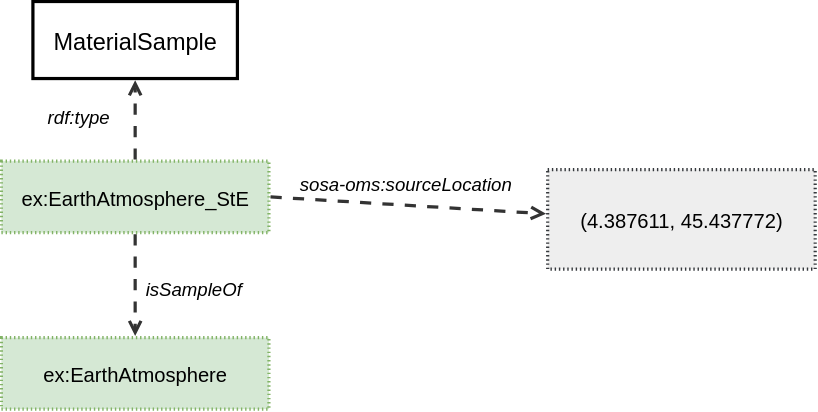
w3c/sdw-sosa-ssn keeps this draw.io diagram as ssn/images/LocatedSample.svg. Above is the earlier version. Source tidied: cells renumbered, new cells last; positions are measured from the earlier drawing's top-left corner, leaving out a move shared by most shapes.
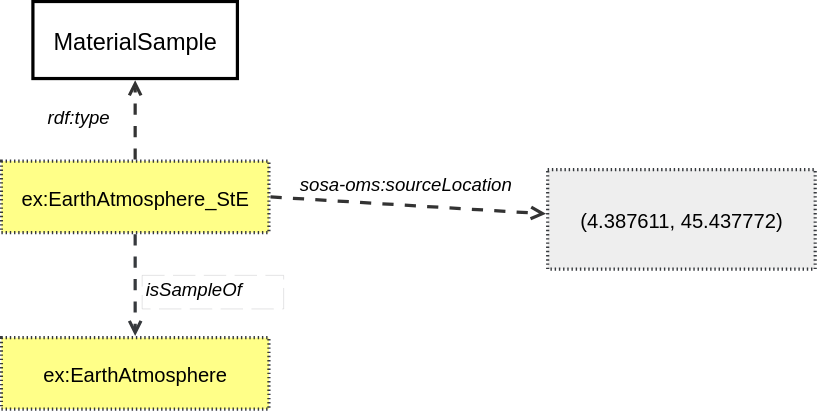
After the commit.

Change to the diagram source:
```diff
@@ -2,7 +2,7 @@
   <root>
     <mxCell id="0" />
     <mxCell id="1" parent="0" />
-    <mxCell id="2" value="&lt;font&gt;ex:EarthAtmosphere_StE&lt;/font&gt;" style="html=1;overflow=block;blockSpacing=1;whiteSpace=wrap;fontSize=14.4;fontFamily=Helvetica;align=center;spacing=0;strokeOpacity=100;fillOpacity=100;fillColor=#d5e8d4;dashed=1;fixDash=1;dashPattern=1 2;strokeWidth=2.3;convertToSvg=1;strokeColor=#82b366;" parent="1" vertex="1">
+    <mxCell id="2" value="&lt;font&gt;ex:EarthAtmosphere_StE&lt;/font&gt;" style="html=1;overflow=block;blockSpacing=1;whiteSpace=wrap;fontSize=14.4;fontFamily=Helvetica;align=center;spacing=0;strokeOpacity=100;fillOpacity=100;fillColor=#ffff88;dashed=1;fixDash=1;dashPattern=1 2;strokeWidth=2.3;convertToSvg=1;strokeColor=#36393d;" parent="1" vertex="1">
       <mxGeometry y="114" width="191" height="51" as="geometry" />
     </mxCell>
     <mxCell id="3" value="MaterialSample" style="html=1;overflow=block;blockSpacing=1;whiteSpace=wrap;fontSize=16.8;fontColor=default;fontStyle=0;align=center;spacing=0;strokeOpacity=100;fillOpacity=0;fillColor=#000000;strokeWidth=2.3;convertToSvg=1;fontFamily=Helvetica;" parent="1" vertex="1">
@@ -23,13 +23,13 @@
     <mxCell id="8" value="sosa-oms:sourceLocation" style="html=1;overflow=block;blockSpacing=1;whiteSpace=wrap;fontSize=13.3;fontStyle=2;align=left;spacing=3.8;verticalAlign=top;strokeColor=none;fillOpacity=0;fillColor=#ffffff;dashed=1;fixDash=1;dashPattern=16 6;strokeWidth=0;lucidId=0ZtLjIqilOCG;fontColor=default;convertToSvg=1;fontFamily=Helvetica;" parent="1" vertex="1">
       <mxGeometry x="210" y="120" width="101" height="24" as="geometry" />
     </mxCell>
-    <mxCell id="9" value="&lt;font&gt;ex:EarthAtmosphere&lt;/font&gt;" style="html=1;overflow=block;blockSpacing=1;whiteSpace=wrap;fontSize=14.4;fontFamily=Helvetica;align=center;spacing=0;strokeOpacity=100;fillOpacity=100;fillColor=#d5e8d4;dashed=1;fixDash=1;dashPattern=1 2;strokeWidth=2.3;convertToSvg=1;strokeColor=#82b366;" parent="1" vertex="1">
+    <mxCell id="9" value="&lt;font&gt;ex:EarthAtmosphere&lt;/font&gt;" style="html=1;overflow=block;blockSpacing=1;whiteSpace=wrap;fontSize=14.4;fontFamily=Helvetica;align=center;spacing=0;strokeOpacity=100;fillOpacity=100;fillColor=#ffff88;dashed=1;fixDash=1;dashPattern=1 2;strokeWidth=2.3;convertToSvg=1;strokeColor=#36393d;" parent="1" vertex="1">
       <mxGeometry y="240" width="191" height="51" as="geometry" />
     </mxCell>
-    <mxCell id="10" style="html=1;jettySize=18;whiteSpace=wrap;fontSize=13;strokeColor=#333333;strokeOpacity=100;dashed=1;fixDash=1;dashPattern=8 8;strokeWidth=2.3;rounded=0;startArrow=none;endArrow=open;exitX=0.5;exitY=1.022;exitPerimeter=0;entryX=0.5;entryY=-0.022;entryPerimeter=0;lucidId=99tL9u1mtIVW;fontColor=default;convertToSvg=1;fontFamily=Helvetica;" parent="1" edge="1" source="2" target="9">
+    <mxCell id="10" style="html=1;jettySize=18;whiteSpace=wrap;fontSize=13;strokeColor=#36393d;strokeOpacity=100;dashed=1;fixDash=1;dashPattern=8 8;strokeWidth=2.3;rounded=0;startArrow=none;endArrow=open;exitX=0.5;exitY=1.022;exitPerimeter=0;entryX=0.5;entryY=-0.022;entryPerimeter=0;lucidId=99tL9u1mtIVW;fontColor=default;convertToSvg=1;fontFamily=Helvetica;fillColor=#ffff88;" parent="1" edge="1" source="2" target="9">
       <mxGeometry relative="1" as="geometry" />
     </mxCell>
-    <mxCell id="11" value="isSampleOf" style="html=1;overflow=block;blockSpacing=1;whiteSpace=wrap;fontSize=13.3;fontStyle=2;align=left;spacing=3.8;verticalAlign=top;strokeColor=none;fillOpacity=0;fillColor=#ffffff;dashed=1;fixDash=1;dashPattern=16 6;strokeWidth=0;lucidId=f-tLvsfTtKPR;fontColor=default;convertToSvg=1;fontFamily=Helvetica;" parent="1" vertex="1">
+    <mxCell id="11" value="isSampleOf" style="html=1;overflow=block;blockSpacing=1;whiteSpace=wrap;fontSize=13.3;fontStyle=2;align=left;spacing=3.8;verticalAlign=top;strokeColor=#36393d;fillOpacity=0;fillColor=#ffff88;dashed=1;fixDash=1;dashPattern=16 6;strokeWidth=0;lucidId=f-tLvsfTtKPR;convertToSvg=1;fontFamily=Helvetica;" parent="1" vertex="1">
       <mxGeometry x="100" y="195" width="101" height="24" as="geometry" />
     </mxCell>
   </root>
```
